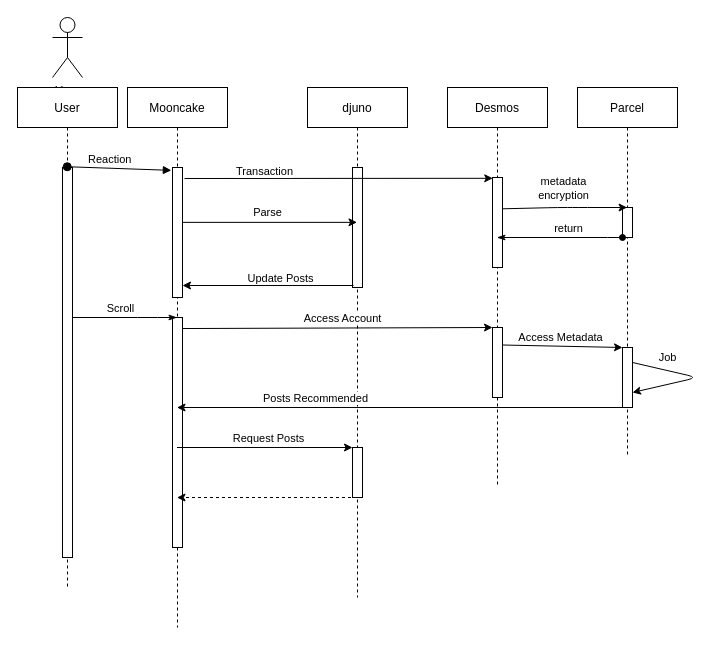
The draw.io diagram seq.drawio in HarleyAppleChoi/Recommendation, before the edit. Source tidied: cells renumbered, new cells numbered last; positions are measured from the earlier drawing's top-left corner, leaving out a move shared by most shapes. Both pictures are drawn from the tidied source at 100%, with x=0, y=0 at pixel (17, 17).
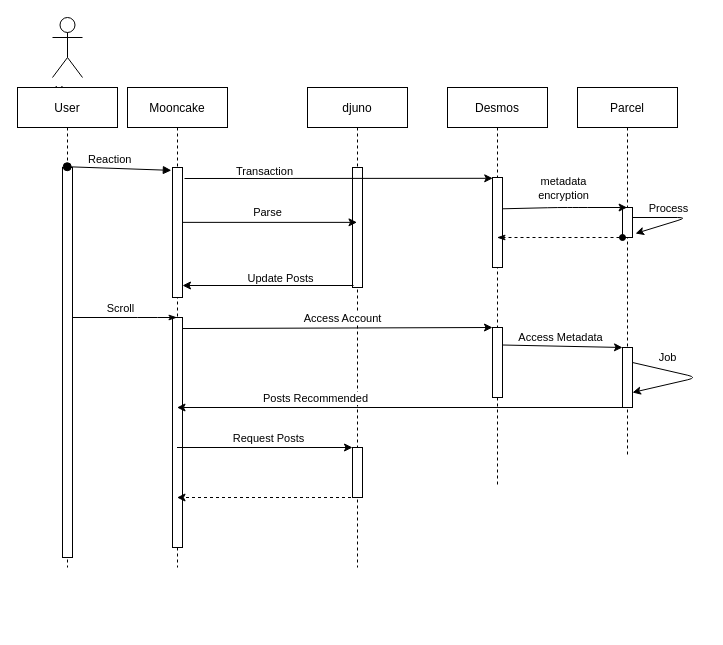
The same diagram, later.

Unchanged cells that the change refers to:
```xml
<mxCell id="8" value="Parcel" style="shape=umlLifeline;perimeter=lifelinePerimeter;rounded=0;shadow=0;strokeWidth=1;" parent="1" vertex="1">
  <mxGeometry x="560" y="70" width="100" height="370" as="geometry" />
</mxCell>
<mxCell id="9" style="points=[];perimeter=orthogonalPerimeter;rounded=0;shadow=0;strokeWidth=1;" parent="8" vertex="1">
  <mxGeometry x="45" y="120" width="10" height="30" as="geometry" />
</mxCell>
<mxCell id="23" value="Desmos" style="shape=umlLifeline;perimeter=lifelinePerimeter;rounded=0;shadow=0;strokeWidth=1;" parent="1" vertex="1">
  <mxGeometry x="430" y="70" width="100" height="400" as="geometry" />
</mxCell>
```

The edit, as a diff of the source:
```diff
@@
     <mxCell id="2" value="Mooncake" style="shape=umlLifeline;perimeter=lifelinePerimeter;rounded=0;shadow=0;strokeWidth=1;" parent="1" vertex="1">
-      <mxGeometry x="110" y="70" width="100" height="540" as="geometry" />
+      <mxGeometry x="110" y="70" width="100" height="480" as="geometry" />
     </mxCell>
@@
     <mxCell id="5" value="djuno" style="shape=umlLifeline;perimeter=lifelinePerimeter;rounded=0;shadow=0;strokeWidth=1;" parent="1" vertex="1">
-      <mxGeometry x="290" y="70" width="100" height="510" as="geometry" />
+      <mxGeometry x="290" y="70" width="100" height="480" as="geometry" />
     </mxCell>
@@
+    <mxCell id="41" style="endArrow=classic;html=1;entryX=1.3;entryY=0.867;entryDx=0;entryDy=0;entryPerimeter=0;" parent="8" edge="1" target="9">
+      <mxGeometry relative="1" as="geometry">
+        <mxPoint x="55" y="130" as="sourcePoint" />
+        <Array as="points">
+          <mxPoint x="110" y="130" />
+        </Array>
+      </mxGeometry>
+    </mxCell>
+    <mxCell id="42" value="Process" style="edgeLabel;html=1;align=center;verticalAlign=middle;" parent="41" vertex="1">
+      <mxGeometry x="-0.45" y="-9" relative="1" as="geometry">
+        <mxPoint x="5" y="-19" as="offset" />
+      </mxGeometry>
+    </mxCell>
@@
     <mxCell id="20" value="User" style="shape=umlLifeline;perimeter=lifelinePerimeter;rounded=0;shadow=0;strokeWidth=1;" parent="1" vertex="1">
-      <mxGeometry y="70" width="100" height="500" as="geometry" />
+      <mxGeometry y="70" width="100" height="480" as="geometry" />
     </mxCell>
@@
-    <mxCell id="26" style="edgeStyle=orthogonalEdgeStyle;rounded=0;jettySize=auto;html=1;startArrow=oval;startFill=1;endArrow=classicThin;endFill=1;" parent="1" edge="1" source="9" target="23">
+    <mxCell id="26" style="edgeStyle=orthogonalEdgeStyle;rounded=0;jettySize=auto;html=1;startArrow=oval;startFill=1;endArrow=classicThin;endFill=1;dashed=1;" parent="1" edge="1" source="9" target="23">
       <mxGeometry relative="1" as="geometry">
         <Array as="points">
           <mxPoint x="590" y="220" />
           <mxPoint x="590" y="220" />
         </Array>
       </mxGeometry>
     </mxCell>
-    <mxCell id="27" value="return" style="edgeLabel;html=1;align=center;verticalAlign=middle;" parent="26" vertex="1">
-      <mxGeometry x="-0.13" y="1" relative="1" as="geometry">
-        <mxPoint y="-11" as="offset" />
-      </mxGeometry>
-    </mxCell>
```
